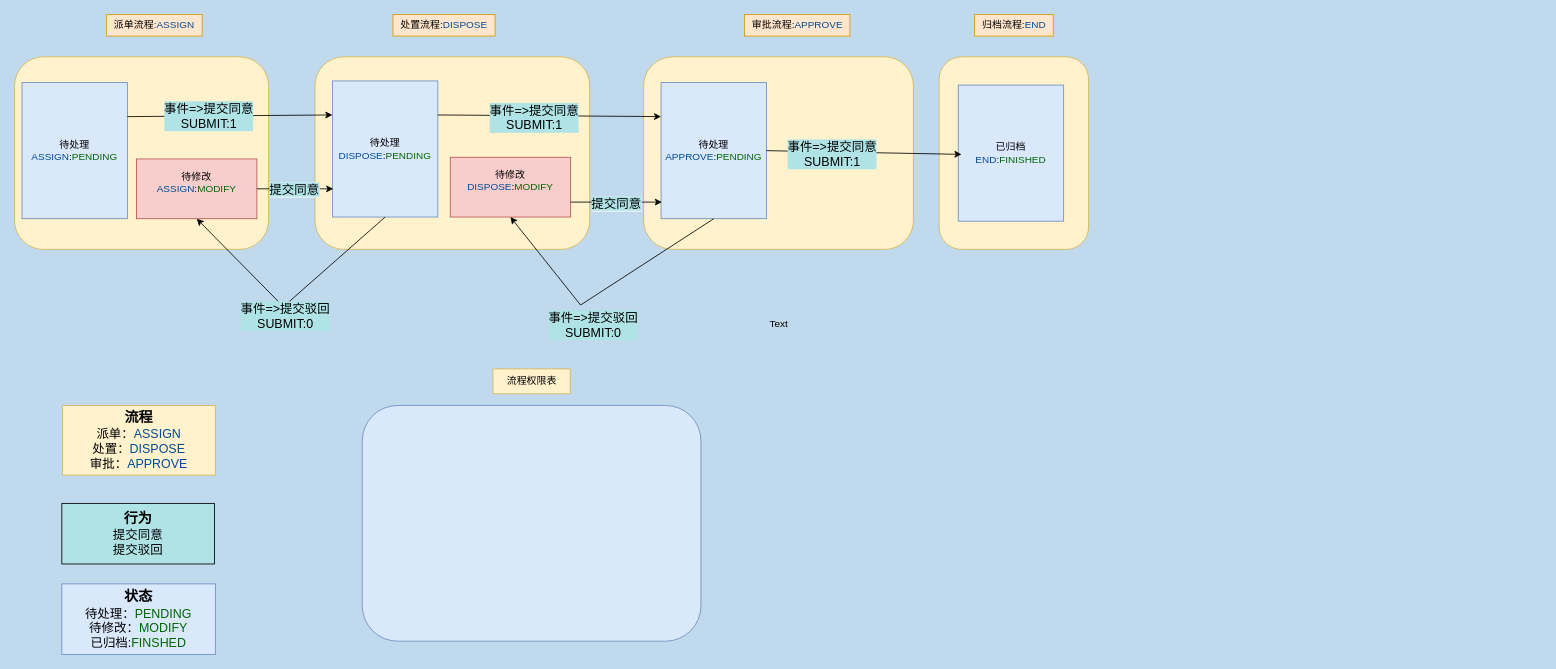
This is 未命名绘图.drawio from bestOneOnly/drawRelations, a draw.io file, before an edit. Source tidied: cells renumbered, new cells numbered last; positions are measured from the earlier drawing's top-left corner, leaving out a move shared by most shapes. Both pictures are drawn from the tidied source at 83%, with x=0, y=0 at pixel (14, 14).
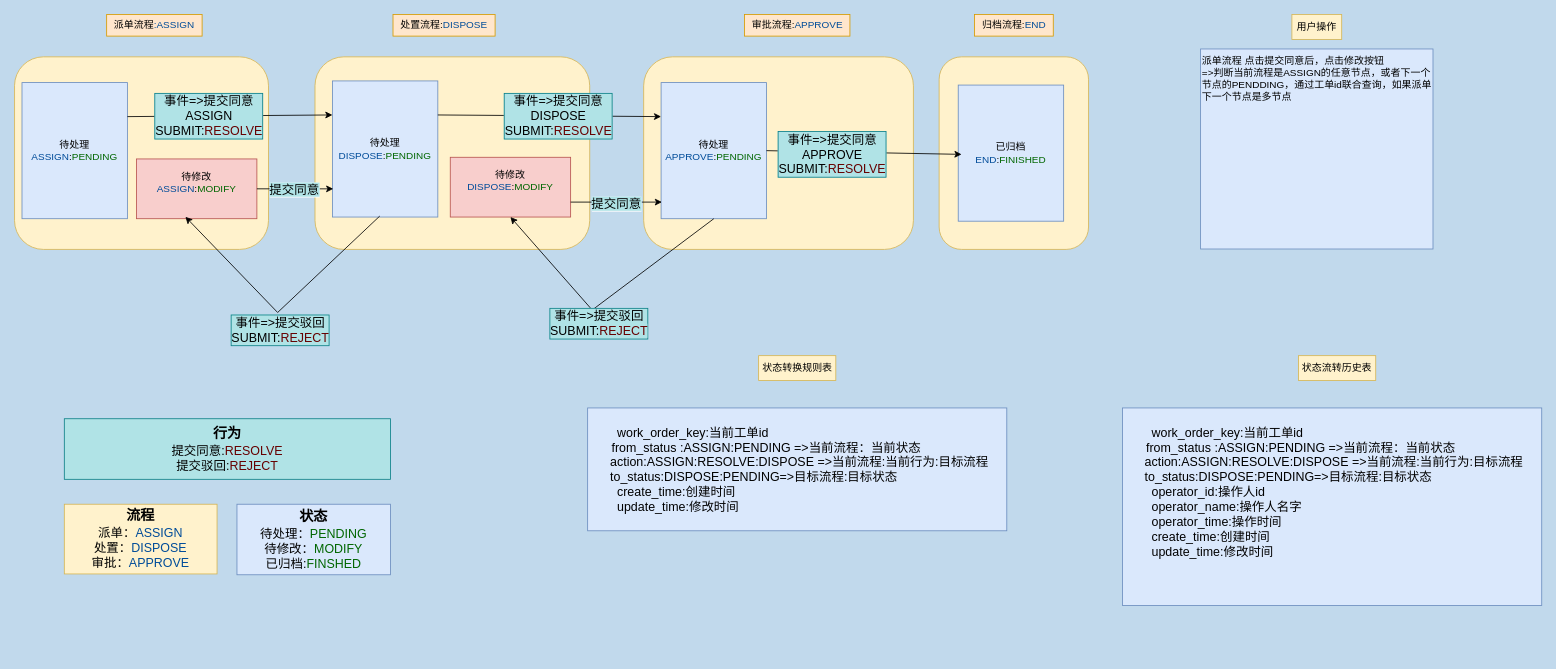
The same diagram, later.

Commit message:
更新未命名绘图.drawio

Unchanged cells that the change refers to:
```xml
<mxCell id="5" value="待修改&lt;div&gt;&lt;font style=&quot;color: rgb(0, 76, 153);&quot;&gt;ASSIGN&lt;/font&gt;:&lt;font style=&quot;color: rgb(0, 102, 0);&quot;&gt;MODIFY&lt;/font&gt;&lt;br&gt;&lt;div&gt;&lt;br&gt;&lt;/div&gt;&lt;/div&gt;" style="rounded=0;whiteSpace=wrap;html=1;fillColor=#f8cecc;strokeColor=#b85450;" parent="1" vertex="1">
  <mxGeometry x="147" y="174" width="145" height="72" as="geometry" />
</mxCell>
<mxCell id="8" value="待处理&lt;div&gt;&lt;font color=&quot;#004c99&quot;&gt;DISPOSE&lt;/font&gt;:&lt;span style=&quot;background-color: transparent;&quot;&gt;&lt;font style=&quot;color: light-dark(rgb(0, 102, 0), rgb(255, 255, 255));&quot;&gt;PENDING&lt;/font&gt;&lt;/span&gt;&lt;/div&gt;" style="rounded=0;whiteSpace=wrap;html=1;fillColor=#dae8fc;strokeColor=#6c8ebf;" parent="1" vertex="1">
  <mxGeometry x="383" y="80" width="127" height="164" as="geometry" />
</mxCell>
<mxCell id="9" value="待修改&lt;br&gt;&lt;div&gt;&lt;span style=&quot;background-color: transparent;&quot;&gt;&lt;font style=&quot;color: light-dark(rgb(0, 76, 153), rgb(255, 255, 255));&quot;&gt;DISPOSE&lt;/font&gt;&lt;/span&gt;:&lt;font style=&quot;color: rgb(0, 102, 0);&quot;&gt;MODIFY&lt;/font&gt;&lt;br&gt;&lt;div&gt;&lt;br&gt;&lt;/div&gt;&lt;/div&gt;" style="rounded=0;whiteSpace=wrap;html=1;fillColor=#f8cecc;strokeColor=#b85450;" parent="1" vertex="1">
  <mxGeometry x="525" y="172" width="145" height="72" as="geometry" />
</mxCell>
<mxCell id="12" value="待处理&lt;br&gt;&lt;div&gt;&lt;span style=&quot;background-color: transparent;&quot;&gt;&lt;font style=&quot;color: light-dark(rgb(0, 76, 153), rgb(255, 255, 255));&quot;&gt;APPROVE&lt;/font&gt;&lt;/span&gt;:&lt;span style=&quot;background-color: transparent;&quot;&gt;&lt;font style=&quot;color: light-dark(rgb(0, 102, 0), rgb(255, 255, 255));&quot;&gt;PENDING&lt;/font&gt;&lt;/span&gt;&lt;/div&gt;" style="rounded=0;whiteSpace=wrap;html=1;fillColor=#dae8fc;strokeColor=#6c8ebf;" parent="1" vertex="1">
  <mxGeometry x="779" y="82" width="127" height="164" as="geometry" />
</mxCell>
<mxCell id="16" style="endArrow=classic;html=1;rounded=0;entryX=0;entryY=0.25;entryDx=0;entryDy=0;exitX=1;exitY=0.25;exitDx=0;exitDy=0;" parent="1" edge="1" source="4" target="8">
  <mxGeometry relative="1" as="geometry" />
</mxCell>
<mxCell id="20" style="endArrow=classic;html=1;rounded=0;exitX=1;exitY=0.25;exitDx=0;exitDy=0;entryX=0;entryY=0.25;entryDx=0;entryDy=0;" parent="1" edge="1" source="8" target="12">
  <mxGeometry relative="1" as="geometry" />
</mxCell>
<mxCell id="24" style="endArrow=classic;html=1;rounded=0;exitX=1;exitY=0.5;exitDx=0;exitDy=0;entryX=0;entryY=0.25;entryDx=0;entryDy=0;" parent="1" edge="1" source="12">
  <mxGeometry relative="1" as="geometry">
    <mxPoint x="1141" y="168.5" as="targetPoint" />
  </mxGeometry>
</mxCell>
```

The edit, as a diff of the source:
```diff
@@
-    <mxCell id="17" value="事件=&amp;gt;提交同意&lt;div&gt;SUBMIT:1&lt;/div&gt;" style="edgeLabel;html=1;align=center;verticalAlign=middle;fontSize=15;labelBackgroundColor=light-dark(#b0e3e6, #ededed);" parent="16" vertex="1">
+    <mxCell id="17" value="事件=&amp;gt;提交同意&lt;div&gt;ASSIGN&lt;/div&gt;&lt;div&gt;SUBMIT:&lt;font style=&quot;color: rgb(102, 0, 0);&quot;&gt;RESOLVE&lt;/font&gt;&lt;/div&gt;" style="edgeLabel;html=1;align=center;verticalAlign=middle;fontSize=15;labelBackgroundColor=light-dark(#b0e3e6, #ededed);labelBorderColor=#0E8088;" parent="16" vertex="1">
       <mxGeometry x="-0.58" y="1" relative="1" as="geometry">
         <mxPoint x="46" as="offset" />
       </mxGeometry>
     </mxCell>
-    <mxCell id="18" style="endArrow=classic;html=1;rounded=0;exitX=0.5;exitY=1;exitDx=0;exitDy=0;entryX=0.5;entryY=1;entryDx=0;entryDy=0;" parent="1" edge="1" source="8" target="5">
+    <mxCell id="18" style="endArrow=classic;html=1;rounded=0;exitX=0.449;exitY=0.993;exitDx=0;exitDy=0;entryX=0.406;entryY=0.968;entryDx=0;entryDy=0;exitPerimeter=0;entryPerimeter=0;" parent="1" edge="1" source="8" target="5">
       <mxGeometry relative="1" as="geometry">
         <Array as="points">
-          <mxPoint x="324" y="352" />
+          <mxPoint x="317" y="359" />
         </Array>
       </mxGeometry>
     </mxCell>
-    <mxCell id="19" value="事件=&amp;gt;提交驳回&lt;div&gt;SUBMIT:0&lt;/div&gt;" style="edgeLabel;html=1;align=center;verticalAlign=middle;labelBackgroundColor=#B0E3E6;fontSize=15;" parent="18" vertex="1">
+    <mxCell id="19" value="事件=&amp;gt;提交驳回&lt;div&gt;SUBMIT:&lt;font style=&quot;color: rgb(102, 0, 0);&quot;&gt;REJECT&lt;/font&gt;&lt;/div&gt;" style="edgeLabel;html=1;align=center;verticalAlign=middle;labelBackgroundColor=#B0E3E6;fontSize=15;labelBorderColor=#0E8088;" parent="18" vertex="1">
       <mxGeometry x="0.18" y="2" relative="1" as="geometry">
-        <mxPoint x="17" y="24" as="offset" />
+        <mxPoint x="21" y="37" as="offset" />
       </mxGeometry>
     </mxCell>
@@
-    <mxCell id="21" value="事件=&amp;gt;提交同意&lt;div&gt;SUBMIT:1&lt;/div&gt;" style="edgeLabel;html=1;align=center;verticalAlign=middle;fontSize=15;labelBackgroundColor=light-dark(#b0e3e6, #ededed);" parent="20" vertex="1">
+    <mxCell id="21" value="事件=&amp;gt;提交同意&lt;div&gt;DISPOSE&lt;br&gt;&lt;div&gt;SUBMIT:&lt;font style=&quot;color: rgb(102, 0, 0);&quot;&gt;RESOLVE&lt;/font&gt;&lt;/div&gt;&lt;/div&gt;" style="edgeLabel;html=1;align=center;verticalAlign=middle;fontSize=15;labelBackgroundColor=light-dark(#b0e3e6, #ededed);labelBorderColor=#0E8088;" parent="20" vertex="1">
       <mxGeometry x="-0.58" y="1" relative="1" as="geometry">
-        <mxPoint x="59" y="3" as="offset" />
+        <mxPoint x="88" y="1" as="offset" />
       </mxGeometry>
     </mxCell>
     <mxCell id="22" style="endArrow=classic;html=1;rounded=0;exitX=0.5;exitY=1;exitDx=0;exitDy=0;entryX=0.5;entryY=1;entryDx=0;entryDy=0;" parent="1" edge="1" source="12" target="9">
       <mxGeometry relative="1" as="geometry">
         <Array as="points">
-          <mxPoint x="682" y="350" />
+          <mxPoint x="696" y="356" />
         </Array>
       </mxGeometry>
     </mxCell>
-    <mxCell id="23" value="事件=&amp;gt;提交驳回&lt;div&gt;SUBMIT:0&lt;/div&gt;" style="edgeLabel;html=1;align=center;verticalAlign=middle;labelBackgroundColor=#B0E3E6;fontSize=15;" parent="22" vertex="1">
+    <mxCell id="23" value="事件=&amp;gt;提交驳回&lt;div&gt;SUBMIT:&lt;span style=&quot;background-color: light-dark(rgb(176, 227, 230), rgb(16, 60, 63));&quot;&gt;&lt;font style=&quot;color: light-dark(rgb(102, 0, 0), rgb(255, 255, 255));&quot;&gt;REJECT&lt;/font&gt;&lt;/span&gt;&lt;/div&gt;" style="edgeLabel;html=1;align=center;verticalAlign=middle;labelBackgroundColor=#B0E3E6;fontSize=15;labelBorderColor=#0E8088;" parent="22" vertex="1">
       <mxGeometry x="0.18" y="2" relative="1" as="geometry">
         <mxPoint x="17" y="24" as="offset" />
       </mxGeometry>
     </mxCell>
@@
-    <mxCell id="25" value="事件=&amp;gt;提交同意&lt;div&gt;SUBMIT:1&lt;/div&gt;" style="edgeLabel;html=1;align=center;verticalAlign=middle;fontSize=15;labelBackgroundColor=light-dark(#b0e3e6, #ededed);" parent="24" vertex="1">
+    <mxCell id="25" value="事件=&amp;gt;提交同意&lt;div&gt;APPROVE&lt;br&gt;&lt;div&gt;SUBMIT:&lt;font style=&quot;color: rgb(102, 0, 0);&quot;&gt;RESOLVE&lt;/font&gt;&lt;/div&gt;&lt;/div&gt;" style="edgeLabel;html=1;align=center;verticalAlign=middle;fontSize=15;labelBackgroundColor=light-dark(#b0e3e6, #ededed);labelBorderColor=#0E8088;" parent="24" vertex="1">
       <mxGeometry x="-0.58" y="1" relative="1" as="geometry">
         <mxPoint x="29" y="4" as="offset" />
       </mxGeometry>
     </mxCell>
@@
-    <mxCell id="30" value="Text" style="text;html=1;whiteSpace=wrap;strokeColor=none;fillColor=none;align=center;verticalAlign=middle;rounded=0;" parent="1" vertex="1">
-      <mxGeometry x="901" y="360" width="40" height="26" as="geometry" />
-    </mxCell>
-    <mxCell id="31" style="rounded=1;whiteSpace=wrap;html=1;align=left;fillColor=#dae8fc;strokeColor=#6c8ebf;" parent="1" vertex="1">
-      <mxGeometry x="419" y="471" width="408" height="284" as="geometry" />
-    </mxCell>
-    <mxCell id="32" value="&lt;font style=&quot;font-size: 17px;&quot;&gt;&lt;b style=&quot;&quot;&gt;行为&lt;/b&gt;&lt;/font&gt;&lt;div&gt;&lt;font style=&quot;font-size: 15px;&quot;&gt;提交同意&lt;/font&gt;&lt;/div&gt;&lt;div&gt;&lt;font style=&quot;font-size: 15px;&quot;&gt;提交驳回&lt;/font&gt;&lt;/div&gt;" style="rounded=0;whiteSpace=wrap;html=1;fillColor=#B0E3E6;" parent="1" vertex="1">
-      <mxGeometry x="57" y="589" width="184" height="73" as="geometry" />
+    <mxCell id="32" value="&lt;font style=&quot;font-size: 17px;&quot;&gt;&lt;b style=&quot;&quot;&gt;行为&lt;/b&gt;&lt;/font&gt;&lt;div&gt;&lt;font style=&quot;font-size: 15px;&quot;&gt;提交同意:&lt;font style=&quot;color: rgb(102, 0, 0);&quot;&gt;RESOLVE&lt;/font&gt;&lt;/font&gt;&lt;/div&gt;&lt;div&gt;&lt;font style=&quot;font-size: 15px;&quot;&gt;提交驳回:&lt;font style=&quot;color: rgb(102, 0, 0);&quot;&gt;REJECT&lt;/font&gt;&lt;/font&gt;&lt;/div&gt;" style="rounded=0;whiteSpace=wrap;html=1;fillColor=#B0E3E6;strokeColor=#0E8088;" parent="1" vertex="1">
+      <mxGeometry x="60" y="487" width="393" height="73" as="geometry" />
     </mxCell>
     <mxCell id="33" value="&lt;font style=&quot;font-size: 17px;&quot;&gt;&lt;b&gt;状态&lt;/b&gt;&lt;/font&gt;&lt;br&gt;&lt;div&gt;&lt;span style=&quot;font-size: 15px;&quot;&gt;待处理：&lt;font color=&quot;#006600&quot;&gt;PENDING&lt;/font&gt;&lt;/span&gt;&lt;/div&gt;&lt;div&gt;&lt;span style=&quot;font-size: 15px;&quot;&gt;待修改：&lt;font style=&quot;color: rgb(0, 102, 0);&quot;&gt;MODIFY&lt;/font&gt;&lt;/span&gt;&lt;/div&gt;&lt;div&gt;&lt;span style=&quot;font-size: 15px;&quot;&gt;已归档:&lt;font style=&quot;color: rgb(0, 102, 0);&quot;&gt;FINSHED&lt;/font&gt;&lt;/span&gt;&lt;/div&gt;" style="rounded=0;whiteSpace=wrap;html=1;fillColor=#dae8fc;strokeColor=#6c8ebf;" parent="1" vertex="1">
-      <mxGeometry x="57" y="686" width="185" height="85" as="geometry" />
+      <mxGeometry x="268" y="590" width="185" height="85" as="geometry" />
     </mxCell>
     <mxCell id="34" value="&lt;font style=&quot;font-size: 17px;&quot;&gt;&lt;b style=&quot;&quot;&gt;流程&lt;/b&gt;&lt;/font&gt;&lt;div&gt;&lt;span style=&quot;font-size: 15px;&quot;&gt;派单：&lt;font style=&quot;color: rgb(0, 76, 153);&quot;&gt;ASSIGN&lt;/font&gt;&lt;/span&gt;&lt;/div&gt;&lt;div&gt;&lt;span style=&quot;font-size: 15px;&quot;&gt;处置：&lt;font style=&quot;color: rgb(0, 76, 153);&quot;&gt;DISPOSE&lt;/font&gt;&lt;/span&gt;&lt;/div&gt;&lt;div&gt;&lt;span style=&quot;font-size: 15px;&quot;&gt;审批：&lt;font style=&quot;color: rgb(0, 76, 153);&quot;&gt;APPROVE&lt;/font&gt;&lt;/span&gt;&lt;/div&gt;" style="rounded=0;whiteSpace=wrap;html=1;fillColor=#fff2cc;strokeColor=#d6b656;" parent="1" vertex="1">
-      <mxGeometry x="58" y="471" width="184" height="84" as="geometry" />
+      <mxGeometry x="60" y="590" width="184" height="84" as="geometry" />
     </mxCell>
-    <mxCell id="35" value="流程权限表" style="text;html=1;whiteSpace=wrap;strokeColor=#d6b656;fillColor=#fff2cc;align=center;verticalAlign=middle;rounded=0;" parent="1" vertex="1">
-      <mxGeometry x="576.5" y="427" width="93" height="30" as="geometry" />
+    <mxCell id="35" value="状态转换规则表" style="text;html=1;whiteSpace=wrap;strokeColor=#d6b656;fillColor=#fff2cc;align=center;verticalAlign=middle;rounded=0;" parent="1" vertex="1">
+      <mxGeometry x="896.5" y="411" width="93" height="30" as="geometry" />
     </mxCell>
+    <mxCell id="36" value="&lt;div&gt;&lt;span style=&quot;white-space: pre;&quot;&gt;&#9;&lt;/span&gt;&lt;/div&gt;&lt;div&gt;&lt;font style=&quot;font-size: 15px;&quot;&gt;&lt;span style=&quot;white-space: pre;&quot;&gt;&#9;&lt;/span&gt;work_order_key:当前工单id&lt;/font&gt;&lt;/div&gt;&lt;span style=&quot;white-space: pre;&quot;&gt;&#9;&lt;/span&gt;&lt;font style=&quot;font-size: 15px;&quot;&gt;from_status :ASSIGN:PENDING =&amp;gt;当前流程：当前状态&lt;/font&gt;&lt;div&gt;&lt;font style=&quot;font-size: 15px;&quot;&gt;&amp;nbsp; &amp;nbsp; &amp;nbsp; action:ASSIGN:RESOLVE:DISPOSE =&amp;gt;当前流程:当前行为:目标流程&lt;/font&gt;&lt;/div&gt;&lt;div&gt;&lt;font style=&quot;font-size: 15px;&quot;&gt;&amp;nbsp; &amp;nbsp; &amp;nbsp; to_status:DISPOSE:PENDING=&amp;gt;目标流程:目标状态&lt;/font&gt;&lt;/div&gt;&lt;div&gt;&lt;font style=&quot;font-size: 15px;&quot;&gt;&lt;span style=&quot;white-space: pre;&quot;&gt;&#9;&lt;/span&gt;create_time:创建时间&lt;br&gt;&lt;/font&gt;&lt;/div&gt;&lt;div&gt;&lt;font style=&quot;font-size: 15px;&quot;&gt;&lt;span style=&quot;white-space: pre;&quot;&gt;&#9;&lt;/span&gt;update_time:修改时间&lt;br&gt;&lt;/font&gt;&lt;/div&gt;&lt;div&gt;&lt;font style=&quot;font-size: 15px;&quot;&gt;&lt;span style=&quot;white-space: pre;&quot;&gt;&lt;span style=&quot;white-space: pre;&quot;&gt;&#9;&lt;/span&gt;&lt;/span&gt;&lt;/font&gt;&lt;/div&gt;&lt;div&gt;&lt;font style=&quot;font-size: 15px;&quot;&gt;&lt;span style=&quot;white-space: pre;&quot;&gt;&#9;&lt;/span&gt;&lt;br&gt;&lt;/font&gt;&lt;/div&gt;&lt;div&gt;&lt;font style=&quot;font-size: 15px;&quot;&gt;&lt;span style=&quot;white-space: pre;&quot;&gt;&#9;&lt;/span&gt;&lt;br&gt;&lt;/font&gt;&lt;/div&gt;&lt;div&gt;&lt;font style=&quot;font-size: 15px;&quot;&gt;&amp;nbsp;&lt;span style=&quot;white-space: pre;&quot;&gt;&#9;&lt;/span&gt;&lt;/font&gt;&lt;/div&gt;&lt;div&gt;&lt;font style=&quot;font-size: 15px;&quot;&gt;&lt;br&gt;&lt;/font&gt;&lt;/div&gt;" style="rounded=0;whiteSpace=wrap;html=1;fillColor=#dae8fc;strokeColor=#6c8ebf;verticalAlign=top;align=left;" parent="1" vertex="1">
+      <mxGeometry x="690.5" y="474" width="505" height="148" as="geometry" />
+    </mxCell>
+    <mxCell id="37" value="派单流程 点击提交同意后，点击修改按钮&lt;div&gt;=&amp;gt;判断当前流程是ASSIGN的任意节点，或者下一个节点的PENDDING，通过工单id联合查询，如果派单下一个节点是多节点&lt;/div&gt;&lt;div&gt;&lt;br&gt;&lt;/div&gt;" style="rounded=0;whiteSpace=wrap;html=1;fillColor=#dae8fc;strokeColor=#6c8ebf;verticalAlign=top;align=left;" parent="1" vertex="1">
+      <mxGeometry x="1429" y="41.5" width="280" height="241" as="geometry" />
+    </mxCell>
+    <mxCell id="38" value="用户操作" style="text;html=1;whiteSpace=wrap;strokeColor=#d6b656;fillColor=#fff2cc;align=center;verticalAlign=middle;rounded=0;" parent="1" vertex="1">
+      <mxGeometry x="1539" width="60" height="30" as="geometry" />
+    </mxCell>
+    <mxCell id="39" value="状态流转历史表" style="text;html=1;whiteSpace=wrap;strokeColor=#d6b656;fillColor=#fff2cc;align=center;verticalAlign=middle;rounded=0;" parent="1" vertex="1">
+      <mxGeometry x="1547" y="411" width="93" height="30" as="geometry" />
+    </mxCell>
+    <mxCell id="40" value="&lt;div&gt;&lt;span style=&quot;white-space: pre;&quot;&gt;&#9;&lt;/span&gt;&lt;/div&gt;&lt;div&gt;&lt;font style=&quot;font-size: 15px;&quot;&gt;&lt;span style=&quot;white-space: pre;&quot;&gt;&#9;&lt;/span&gt;work_order_key:当前工单id&lt;/font&gt;&lt;/div&gt;&lt;span style=&quot;white-space: pre;&quot;&gt;&#9;&lt;/span&gt;&lt;font style=&quot;font-size: 15px;&quot;&gt;from_status :ASSIGN:PENDING =&amp;gt;当前流程：当前状态&lt;/font&gt;&lt;div&gt;&lt;font style=&quot;font-size: 15px;&quot;&gt;&amp;nbsp; &amp;nbsp; &amp;nbsp; action:ASSIGN:RESOLVE:DISPOSE =&amp;gt;当前流程:当前行为:目标流程&lt;/font&gt;&lt;/div&gt;&lt;div&gt;&lt;font style=&quot;font-size: 15px;&quot;&gt;&amp;nbsp; &amp;nbsp; &amp;nbsp; to_status:DISPOSE:PENDING=&amp;gt;目标流程:目标状态&lt;/font&gt;&lt;/div&gt;&lt;div&gt;&lt;font style=&quot;font-size: 15px;&quot;&gt;&lt;span style=&quot;white-space: pre;&quot;&gt;&#9;&lt;/span&gt;operator_id:操作人id&lt;br&gt;&lt;/font&gt;&lt;/div&gt;&lt;div&gt;&lt;font style=&quot;font-size: 15px;&quot;&gt;&lt;span style=&quot;white-space: pre;&quot;&gt;&#9;&lt;/span&gt;operator_name:操作人名字&lt;br&gt;&lt;/font&gt;&lt;/div&gt;&lt;div&gt;&lt;font style=&quot;font-size: 15px;&quot;&gt;&lt;span style=&quot;white-space: pre;&quot;&gt;&#9;&lt;/span&gt;operator_time:操作时间&lt;br&gt;&lt;/font&gt;&lt;/div&gt;&lt;div&gt;&lt;font style=&quot;font-size: 15px;&quot;&gt;&lt;span style=&quot;white-space: pre;&quot;&gt;&#9;&lt;/span&gt;create_time:创建时间&lt;br&gt;&lt;/font&gt;&lt;/div&gt;&lt;div&gt;&lt;font style=&quot;font-size: 15px;&quot;&gt;&lt;span style=&quot;white-space: pre;&quot;&gt;&#9;&lt;/span&gt;update_time:修改时间&lt;br&gt;&lt;/font&gt;&lt;/div&gt;&lt;div&gt;&lt;font style=&quot;font-size: 15px;&quot;&gt;&lt;span style=&quot;white-space: pre;&quot;&gt;&lt;span style=&quot;white-space: pre;&quot;&gt;&#9;&lt;/span&gt;&lt;/span&gt;&lt;/font&gt;&lt;/div&gt;&lt;div&gt;&lt;font style=&quot;font-size: 15px;&quot;&gt;&lt;span style=&quot;white-space: pre;&quot;&gt;&#9;&lt;/span&gt;&lt;br&gt;&lt;/font&gt;&lt;/div&gt;&lt;div&gt;&lt;font style=&quot;font-size: 15px;&quot;&gt;&lt;span style=&quot;white-space: pre;&quot;&gt;&#9;&lt;/span&gt;&lt;br&gt;&lt;/font&gt;&lt;/div&gt;&lt;div&gt;&lt;font style=&quot;font-size: 15px;&quot;&gt;&amp;nbsp;&lt;span style=&quot;white-space: pre;&quot;&gt;&#9;&lt;/span&gt;&lt;/font&gt;&lt;/div&gt;&lt;div&gt;&lt;font style=&quot;font-size: 15px;&quot;&gt;&lt;br&gt;&lt;/font&gt;&lt;/div&gt;" style="rounded=0;whiteSpace=wrap;html=1;fillColor=#dae8fc;strokeColor=#6c8ebf;verticalAlign=top;align=left;" parent="1" vertex="1">
+      <mxGeometry x="1335" y="474" width="505" height="238" as="geometry" />
+    </mxCell>
```
